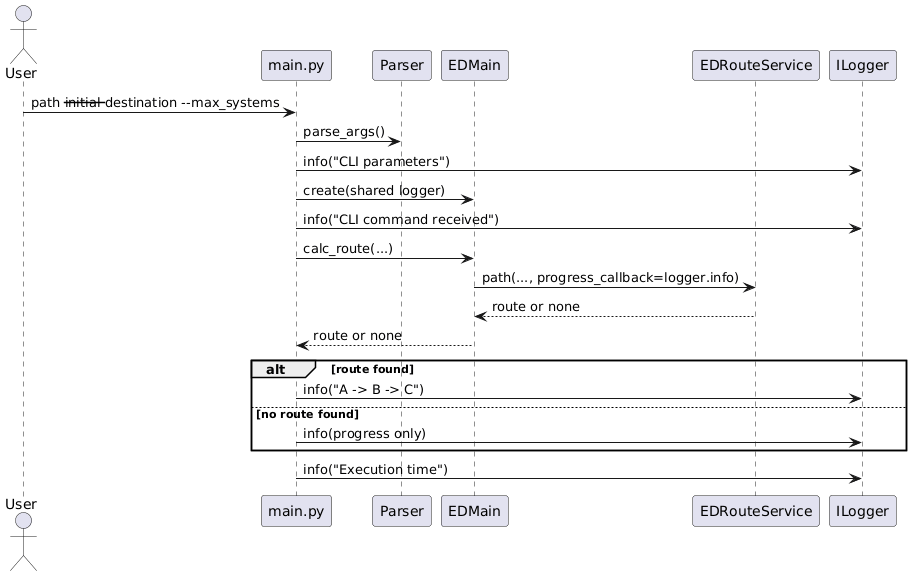
Before: docs/diagrams/cli/cli_path_flow.png, a diagram exported from PlantUML (fazleskhan/elite_dangerous_discord_tools).
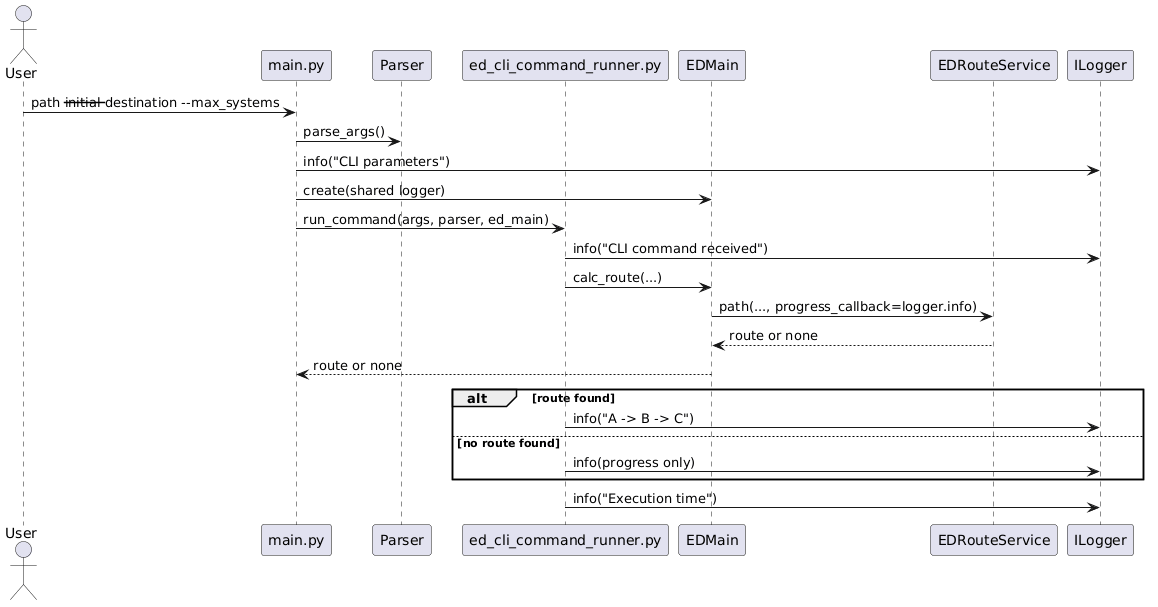
The same file after the commit.

Diff of the diagram source:
```diff
@@ -2,6 +2,7 @@
 actor User
 participant "main.py" as Main
 participant Parser
+participant "ed_cli_command_runner.py" as CommandRunner
 participant EDMain
 participant EDRouteService as RouteService
 participant ILogger as Logger
@@ -10,15 +11,16 @@
 Main -> Parser: parse_args()
 Main -> Logger: info("CLI parameters")
 Main -> EDMain: create(shared logger)
-Main -> Logger: info("CLI command received")
-Main -> EDMain: calc_route(...)
+Main -> CommandRunner: run_command(args, parser, ed_main)
+CommandRunner -> Logger: info("CLI command received")
+CommandRunner -> EDMain: calc_route(...)
 EDMain -> RouteService: path(..., progress_callback=logger.info)
 RouteService --> EDMain: route or none
 EDMain --> Main: route or none
 alt route found
-  Main -> Logger: info("A -> B -> C")
+  CommandRunner -> Logger: info("A -> B -> C")
 else no route found
-  Main -> Logger: info(progress only)
+  CommandRunner -> Logger: info(progress only)
 end
-Main -> Logger: info("Execution time")
+CommandRunner -> Logger: info("Execution time")
 @enduml
```
